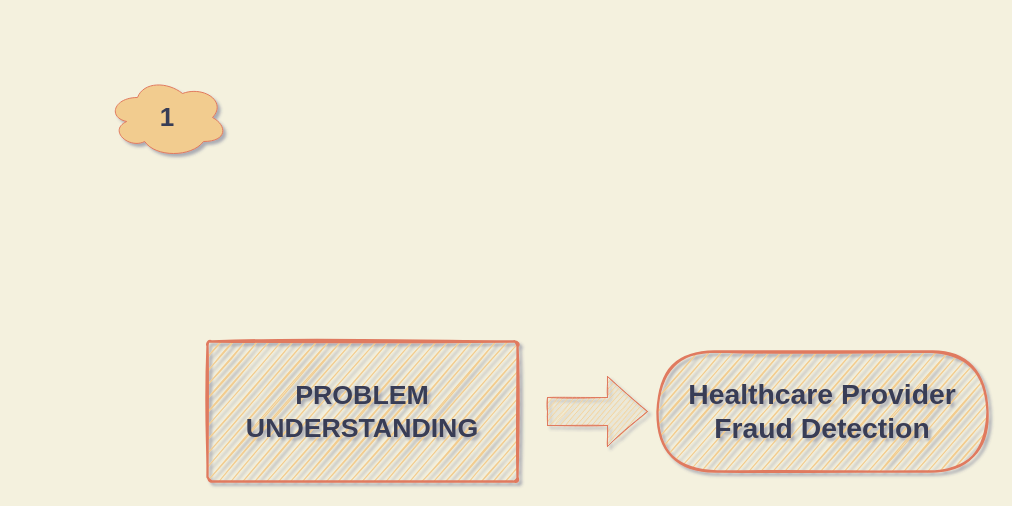
Before: page "Page-1" (2 of 16) of Untitled Diagram.drawio in ShibboManshi/titanicML, a draw.io diagram. Source tidied: cells renumbered, new cells numbered last; positions are measured from the earlier drawing's top-left corner, leaving out a move shared by most shapes. Both pictures are drawn from the tidied source at 100%, with x=0, y=0 at pixel (107, 77).
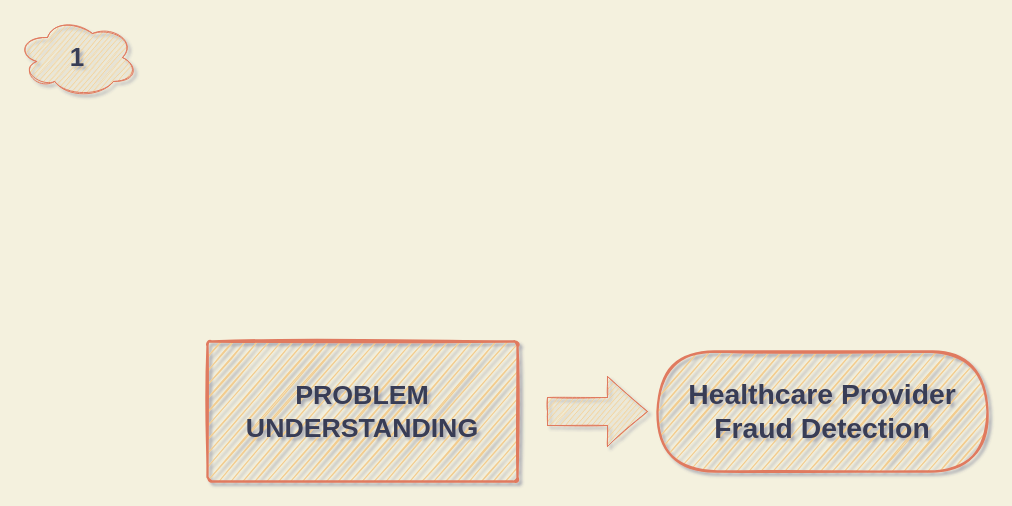
The same page after the edit.

Change to the diagram source:
```diff
@@
 <mxGraphModel background="#F4F1DE" shadow="1">
   <root>
     <mxCell id="0" />
     <mxCell id="1" parent="0" />
     <mxCell id="2" value="PROBLEM UNDERSTANDING" style="html=1;overflow=block;blockSpacing=1;whiteSpace=wrap;whiteSpace=wrap;fontSize=26.7;fontColor=#393C56;fontStyle=1;spacing=9;strokeColor=#E07A5F;strokeOpacity=100;absoluteArcSize=1;arcSize=9;strokeWidth=2.3;fillColor=#F2CC8F;rounded=1;sketch=1;" parent="1" vertex="1">
       <mxGeometry x="100" y="264" width="310" height="140" as="geometry" />
     </mxCell>
     <mxCell id="3" value="Healthcare Provider Fraud Detection" style="html=1;overflow=block;blockSpacing=1;whiteSpace=wrap;arcSize=50;whiteSpace=wrap;fontSize=28.3;fontColor=#393C56;fontStyle=1;spacing=3.8;strokeColor=#E07A5F;strokeOpacity=100;strokeWidth=2.3;fillColor=#F2CC8F;rounded=1;sketch=1;" parent="1" vertex="1">
       <mxGeometry x="550" y="274" width="330" height="120" as="geometry" />
     </mxCell>
     <mxCell id="4" style="html=1;shadow=0;dashed=0;align=center;verticalAlign=middle;shape=mxgraph.arrows2.arrow;dy=0.6;dx=40;notch=0;rounded=0;fontColor=#393C56;strokeColor=#E07A5F;fillColor=#F2CC8F;sketch=1;" parent="1" vertex="1">
       <mxGeometry x="440" y="299" width="100" height="70" as="geometry" />
     </mxCell>
-    <mxCell id="5" value="&lt;font style=&quot;font-size: 26px&quot;&gt;&lt;b&gt;1&lt;/b&gt;&lt;/font&gt;" style="ellipse;shape=cloud;whiteSpace=wrap;html=1;rounded=0;sketch=0;fontColor=#393C56;strokeColor=#E07A5F;fillColor=#F2CC8F;" parent="1" vertex="1">
-      <mxGeometry width="120" height="80" as="geometry" />
+    <mxCell id="5" value="&lt;font style=&quot;font-size: 26px&quot;&gt;&lt;b&gt;1&lt;/b&gt;&lt;/font&gt;" style="ellipse;shape=cloud;whiteSpace=wrap;html=1;rounded=0;fontColor=#393C56;strokeColor=#E07A5F;fillColor=#F2CC8F;sketch=1;" parent="1" vertex="1">
+      <mxGeometry x="-90" y="-60" width="120" height="80" as="geometry" />
     </mxCell>
   </root>
 </mxGraphModel>
```
